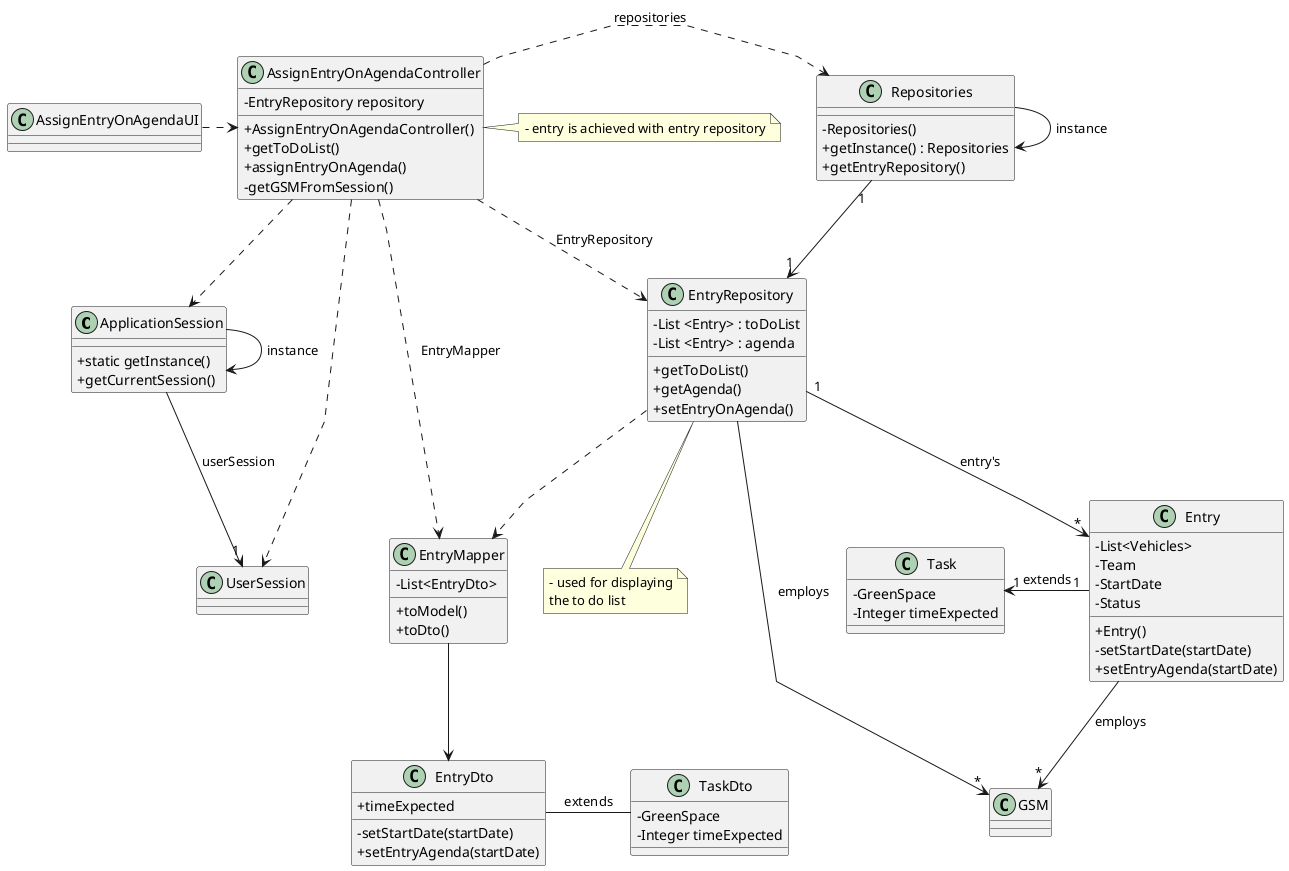
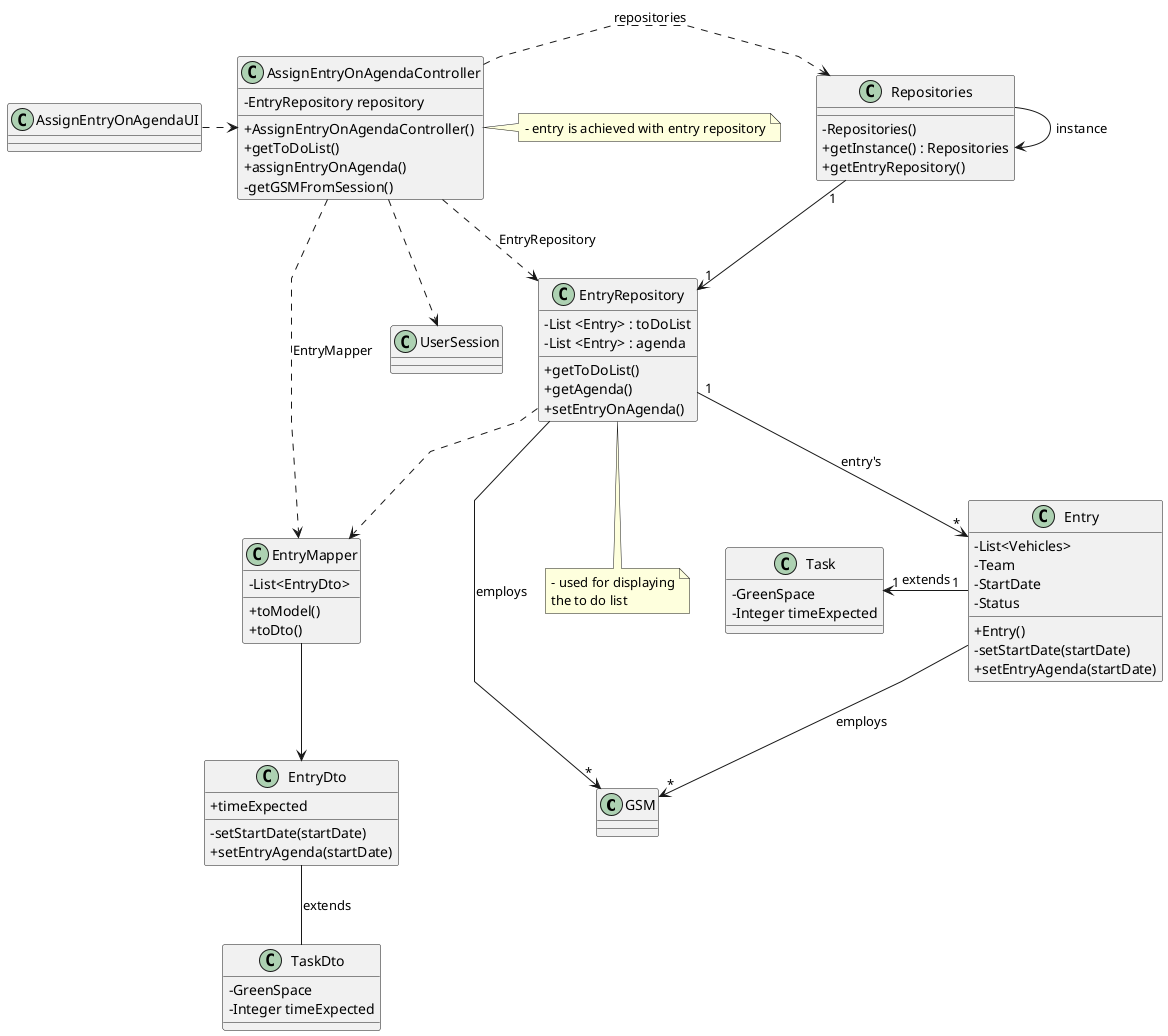
@startuml
'skinparam monochrome true
skinparam packageStyle rectangle
skinparam shadowing false
skinparam linetype polyline
'skinparam linetype orto

skinparam classAttributeIconSize 0

'left to right direction

- class ApplicationSession{
-     + static getInstance()
-     + getCurrentSession()
- }
- 
- class UserSession{
- }

class GSM {
}


class Entry {
    - List<Vehicles>
    - Team
    - StartDate
    - Status
    + Entry()
    - setStartDate(startDate)
    + setEntryAgenda(startDate)
}

class Task{
    - GreenSpace
    - Integer timeExpected
}


class EntryRepository {
    - List <Entry> : toDoList
    - List <Entry> : agenda

    + getToDoList()
    + getAgenda()
    + setEntryOnAgenda()
}


class Repositories {
    - Repositories()
    + getInstance() : Repositories
    + getEntryRepository()
}

class AssignEntryOnAgendaController {
    - EntryRepository repository
    + AssignEntryOnAgendaController()
    + getToDoList()
    + assignEntryOnAgenda()
    - getGSMFromSession()
}

note right of AssignEntryOnAgendaController
    - entry is achieved with entry repository
end note

note bottom of EntryRepository
    - used for displaying
    the to do list
end note

class AssignEntryOnAgendaUI {
}

class EntryMapper{
    - List<EntryDto>
    + toModel()
    + toDto()
}

class EntryDto{
    + timeExpected
    - setStartDate(startDate)
    + setEntryAgenda(startDate)
}

class TaskDto{
    -GreenSpace
    -Integer timeExpected
}


Repositories -> Repositories : instance
- ApplicationSession -> ApplicationSession : instance

AssignEntryOnAgendaUI .> AssignEntryOnAgendaController

AssignEntryOnAgendaController .> Repositories : repositories
Repositories "1" --> "1" EntryRepository

EntryRepository  ..>  EntryMapper

EntryMapper --> EntryDto

- EntryDto - TaskDto : extends
+ EntryDto -- TaskDto : extends


AssignEntryOnAgendaController ..> EntryRepository : EntryRepository
AssignEntryOnAgendaController ..> EntryMapper : EntryMapper

- ApplicationSession --> "1" UserSession : userSession
- AssignEntryOnAgendaController ..> ApplicationSession
AssignEntryOnAgendaController ..> UserSession
EntryRepository "1" --> "*" Entry : entry's
EntryRepository --> "*" GSM : employs
Entry --> "*" GSM : employs
Task "1" <- "1" Entry : extends


@enduml